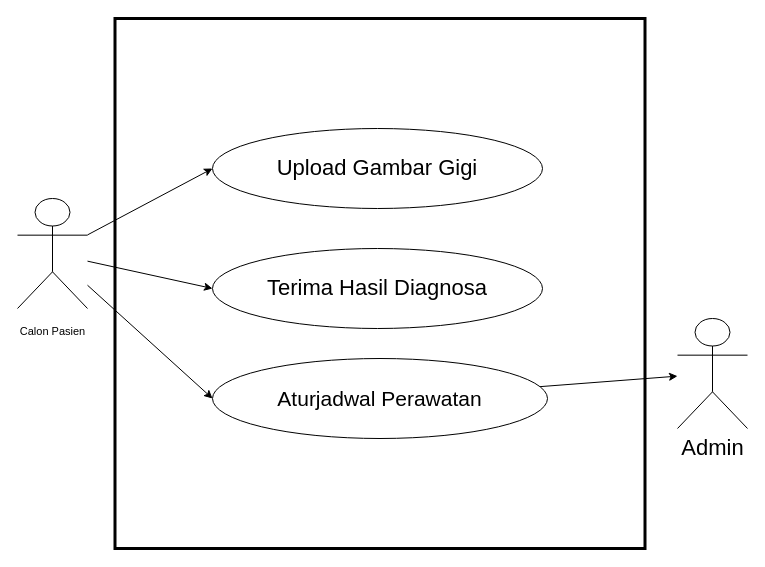
The draw.io diagram page "Copy of Page-6" (8 of 12) of Untitled Diagram.drawio in lukmanprasetyo/Business-Model-Canvas-BMC-, before the edit. Source tidied: cells renumbered, new cells numbered last; positions are measured from the earlier drawing's top-left corner, leaving out a move shared by most shapes. Both pictures are drawn from the tidied source at 100%, with x=0, y=0 at pixel (17, 18).
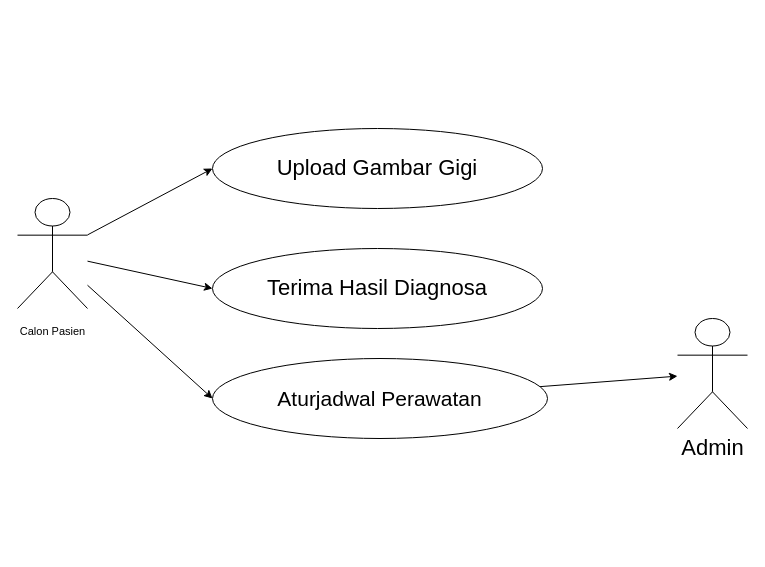
The same diagram, later.

What changed in the source:
```diff
@@
 <mxGraphModel>
   <root>
     <mxCell id="0" />
     <mxCell id="1" parent="0" />
-    <mxCell id="2" value="&lt;hr&gt;" style="whiteSpace=wrap;html=1;fillColor=default;strokeWidth=3;" parent="1" vertex="1">
-      <mxGeometry x="97.5" width="530" height="530" as="geometry" />
-    </mxCell>
     <mxCell id="3" style="rounded=0;jettySize=auto;html=1;entryX=0;entryY=0.5;entryDx=0;entryDy=0;" parent="1" edge="1" source="6" target="7">
       <mxGeometry relative="1" as="geometry" />
     </mxCell>
     <mxCell id="4" style="rounded=0;jettySize=auto;html=1;entryX=0;entryY=0.5;entryDx=0;entryDy=0;" parent="1" edge="1" source="6" target="8">
       <mxGeometry relative="1" as="geometry" />
     </mxCell>
     <mxCell id="5" style="rounded=0;jettySize=auto;html=1;entryX=0;entryY=0.5;entryDx=0;entryDy=0;" parent="1" edge="1" source="6" target="10">
       <mxGeometry relative="1" as="geometry" />
     </mxCell>
     <mxCell id="6" value="&lt;font style=&quot;font-size: 11px;&quot;&gt;Calon Pasien&lt;/font&gt;" style="shape=umlActor;verticalLabelPosition=bottom;verticalAlign=top;html=1;outlineConnect=0;fontSize=22;" parent="1" vertex="1">
       <mxGeometry y="180" width="70" height="110" as="geometry" />
     </mxCell>
     <mxCell id="7" value="&lt;font style=&quot;font-size: 22px;&quot;&gt;Upload Gambar Gigi&lt;/font&gt;" style="ellipse;whiteSpace=wrap;html=1;" parent="1" vertex="1">
       <mxGeometry x="195" y="110" width="330" height="80" as="geometry" />
     </mxCell>
     <mxCell id="8" value="&lt;font style=&quot;font-size: 22px;&quot;&gt;Terima Hasil Diagnosa&lt;/font&gt;" style="ellipse;whiteSpace=wrap;html=1;" parent="1" vertex="1">
       <mxGeometry x="195" y="230" width="330" height="80" as="geometry" />
     </mxCell>
     <mxCell id="9" style="rounded=0;jettySize=auto;html=1;" parent="1" edge="1" source="10" target="11">
       <mxGeometry relative="1" as="geometry" />
     </mxCell>
     <mxCell id="10" value="Aturjadwal Perawatan" style="ellipse;whiteSpace=wrap;html=1;fontSize=21;" parent="1" vertex="1">
       <mxGeometry x="195" y="340" width="335" height="80" as="geometry" />
     </mxCell>
     <mxCell id="11" value="&lt;font style=&quot;font-size: 22px;&quot;&gt;Admin&lt;/font&gt;" style="shape=umlActor;verticalLabelPosition=bottom;verticalAlign=top;html=1;outlineConnect=0;" parent="1" vertex="1">
       <mxGeometry x="660" y="300" width="70" height="110" as="geometry" />
     </mxCell>
   </root>
 </mxGraphModel>
```
